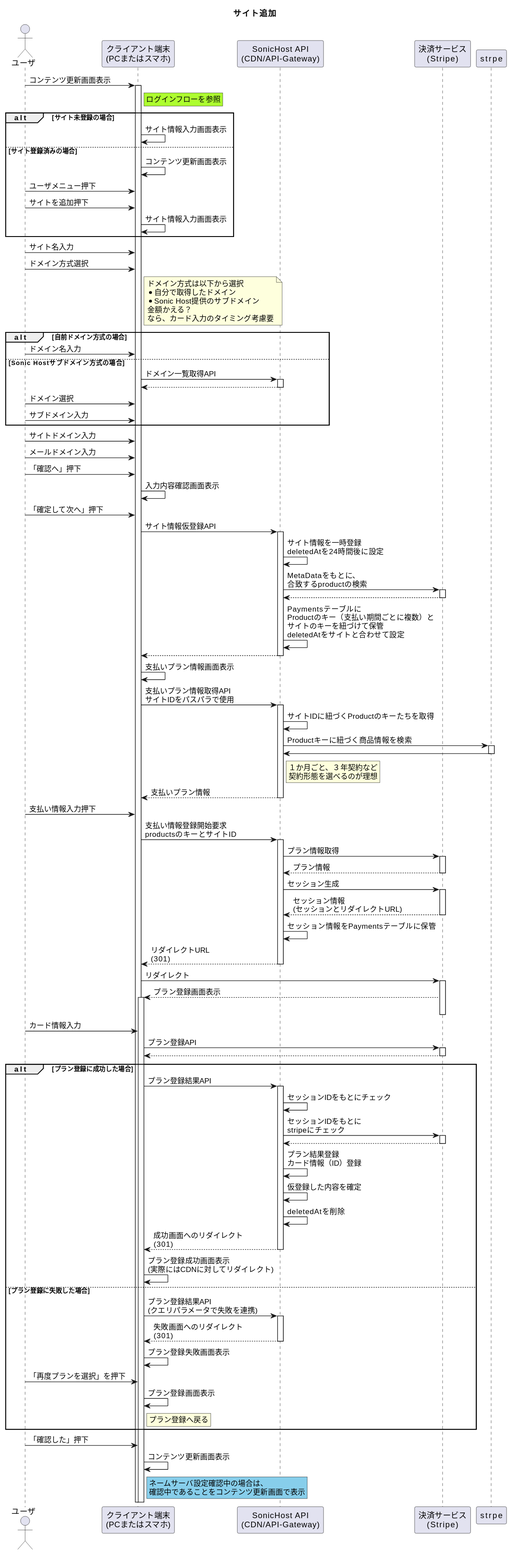
Sonic-Host/documents keeps this PlantUML diagram as 01_Sequences/03_SiteRegistration/01_AddSite/addSiteFlow.svg. Above is the earlier version.
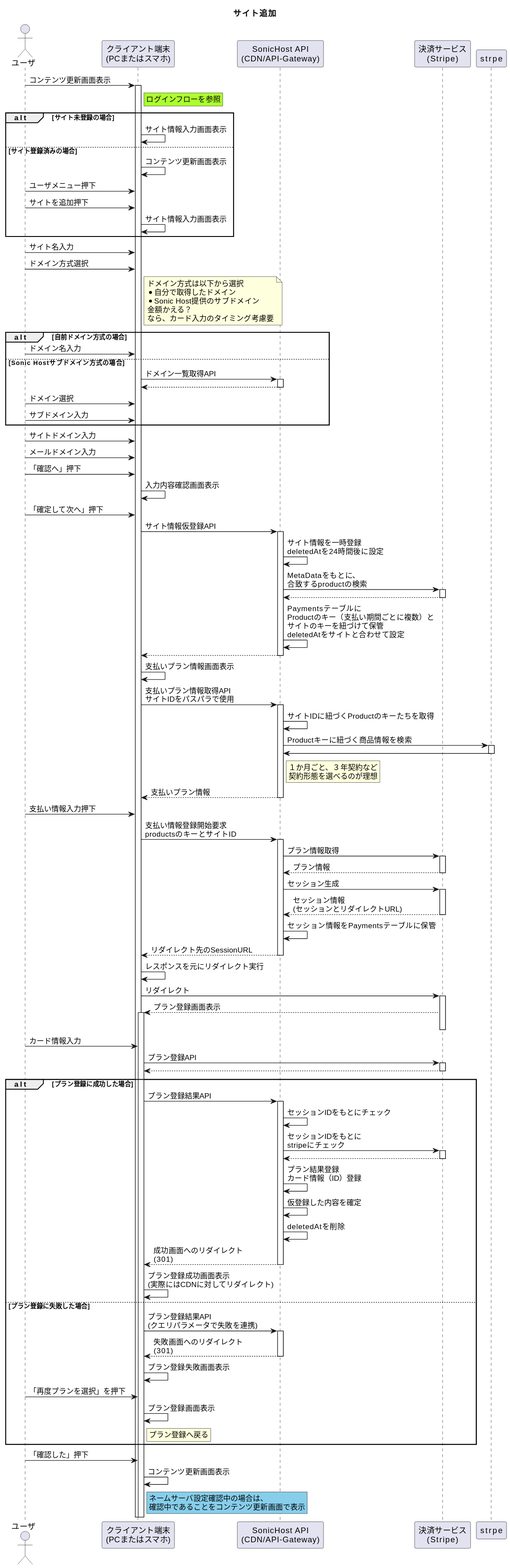
The same file after the commit.

Diff of the diagram source:
```diff
@@ -65,7 +65,8 @@
 api -> stripe ++ : セッション生成
 api <-- stripe -- : セッション情報\n(セッションとリダイレクトURL)
 api -> api : セッション情報をPaymentsテーブルに保管
-device <-- api -- : リダイレクトURL\n(301)
+device <-- api -- : リダイレクト先のSessionURL
+device -> device : レスポンスを元にリダイレクト実行
 device -> stripe ++ : リダイレクト
 device <-- stripe ++-- : プラン登録画面表示
 user -> device : カード情報入力
```
